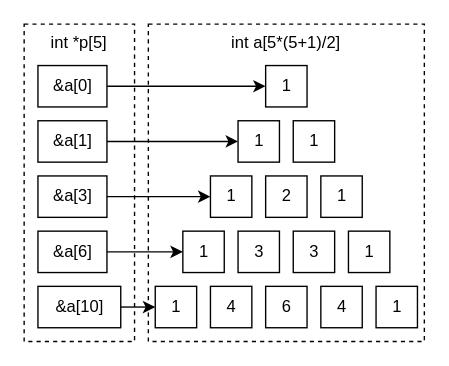
This is images/c-pointer-yanghui.drawio from cs-course/marp-public, a draw.io file, before an edit. Source tidied: cells renumbered, new cells numbered last; positions are measured from the earlier drawing's top-left corner, leaving out a move shared by most shapes. Both pictures are drawn from the tidied source at 138%, with x=0, y=0 at pixel (23, 23).
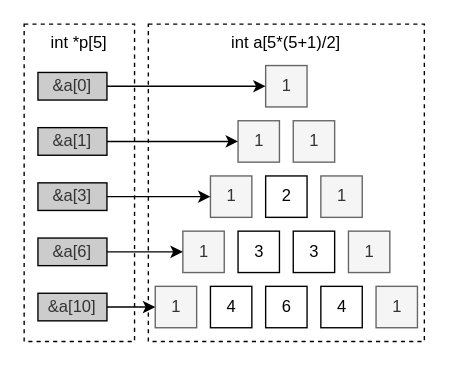
After the change.

The edit, as a diff of the source:
```diff
@@
+    <mxCell id="28" value="int a[5*(5+1)/2]" style="rounded=0;whiteSpace=wrap;html=1;strokeColor=default;fillColor=none;dashed=1;verticalAlign=top;" parent="1" vertex="1">
+      <mxGeometry x="90" width="200" height="230" as="geometry" />
+    </mxCell>
+    <mxCell id="27" value="int *p[5]" style="rounded=0;whiteSpace=wrap;html=1;strokeColor=default;fillColor=none;dashed=1;verticalAlign=top;" parent="1" vertex="1">
+      <mxGeometry width="80" height="230" as="geometry" />
+    </mxCell>
-    <mxCell id="2" value="1" style="text;html=1;align=center;verticalAlign=middle;points=[];strokeColor=default;fillColor=none;" parent="1" vertex="1">
+    <mxCell id="2" value="1" style="text;html=1;align=center;verticalAlign=middle;points=[];strokeColor=#666666;fillColor=#f5f5f5;fontColor=#333333;" parent="1" vertex="1">
       <mxGeometry x="175" y="30" width="30" height="30" as="geometry" />
     </mxCell>
-    <mxCell id="3" value="1" style="text;html=1;align=center;verticalAlign=middle;points=[];strokeColor=default;fillColor=none;" parent="1" vertex="1">
+    <mxCell id="3" value="1" style="text;html=1;align=center;verticalAlign=middle;points=[];strokeColor=#666666;fillColor=#f5f5f5;fontColor=#333333;" parent="1" vertex="1">
       <mxGeometry x="155" y="70" width="30" height="30" as="geometry" />
     </mxCell>
-    <mxCell id="4" value="1" style="text;html=1;align=center;verticalAlign=middle;strokeColor=default;fillColor=none;" parent="1" vertex="1">
+    <mxCell id="4" value="1" style="text;html=1;align=center;verticalAlign=middle;strokeColor=#666666;fillColor=#f5f5f5;fontColor=#333333;" parent="1" vertex="1">
       <mxGeometry x="195" y="70" width="30" height="30" as="geometry" />
     </mxCell>
-    <mxCell id="5" value="1" style="text;html=1;align=center;verticalAlign=middle;points=[];strokeColor=default;fillColor=none;" parent="1" vertex="1">
+    <mxCell id="5" value="1" style="text;html=1;align=center;verticalAlign=middle;points=[];strokeColor=#666666;fillColor=#f5f5f5;fontColor=#333333;" parent="1" vertex="1">
       <mxGeometry x="135" y="110" width="30" height="30" as="geometry" />
     </mxCell>
@@
-    <mxCell id="7" value="1" style="text;html=1;align=center;verticalAlign=middle;strokeColor=default;fillColor=none;" parent="1" vertex="1">
+    <mxCell id="7" value="1" style="text;html=1;align=center;verticalAlign=middle;strokeColor=#666666;fillColor=#f5f5f5;fontColor=#333333;" parent="1" vertex="1">
       <mxGeometry x="215" y="110" width="30" height="30" as="geometry" />
     </mxCell>
-    <mxCell id="8" value="1" style="text;html=1;align=center;verticalAlign=middle;points=[];strokeColor=default;fillColor=none;" parent="1" vertex="1">
+    <mxCell id="8" value="1" style="text;html=1;align=center;verticalAlign=middle;points=[];strokeColor=#666666;fillColor=#f5f5f5;fontColor=#333333;" parent="1" vertex="1">
       <mxGeometry x="115" y="150" width="30" height="30" as="geometry" />
     </mxCell>
@@
-    <mxCell id="11" value="1" style="text;html=1;align=center;verticalAlign=middle;strokeColor=default;fillColor=none;" parent="1" vertex="1">
+    <mxCell id="11" value="1" style="text;html=1;align=center;verticalAlign=middle;strokeColor=#666666;fillColor=#f5f5f5;fontColor=#333333;" parent="1" vertex="1">
       <mxGeometry x="235" y="150" width="30" height="30" as="geometry" />
     </mxCell>
-    <mxCell id="12" value="1" style="text;html=1;align=center;verticalAlign=middle;points=[];strokeColor=default;fillColor=none;" parent="1" vertex="1">
+    <mxCell id="12" value="1" style="text;html=1;align=center;verticalAlign=middle;points=[];strokeColor=#666666;fillColor=#f5f5f5;fontColor=#333333;" parent="1" vertex="1">
       <mxGeometry x="95" y="190" width="30" height="30" as="geometry" />
     </mxCell>
@@
-    <mxCell id="16" value="1" style="text;html=1;align=center;verticalAlign=middle;strokeColor=default;fillColor=none;" parent="1" vertex="1">
+    <mxCell id="16" value="1" style="text;html=1;align=center;verticalAlign=middle;strokeColor=#666666;fillColor=#f5f5f5;fontColor=#333333;" parent="1" vertex="1">
       <mxGeometry x="255" y="190" width="30" height="30" as="geometry" />
     </mxCell>
@@
+    <mxCell id="19" style="edgeStyle=none;html=1;" parent="1" edge="1" source="20" target="8">
+      <mxGeometry relative="1" as="geometry" />
+    </mxCell>
+    <mxCell id="21" style="edgeStyle=none;html=1;" parent="1" edge="1" source="22" target="5">
+      <mxGeometry relative="1" as="geometry" />
+    </mxCell>
+    <mxCell id="23" style="edgeStyle=none;html=1;" parent="1" edge="1" source="24" target="3">
+      <mxGeometry relative="1" as="geometry" />
+    </mxCell>
+    <mxCell id="25" style="edgeStyle=none;html=1;" parent="1" edge="1" source="26" target="2">
+      <mxGeometry relative="1" as="geometry" />
+    </mxCell>
-    <mxCell id="18" value="&amp;amp;a[10]" style="text;align=center;verticalAlign=middle;points=[];strokeColor=default;fillColor=none;html=1;" parent="1" vertex="1">
-      <mxGeometry x="10" y="190" width="60" height="30" as="geometry" />
+    <mxCell id="18" value="&lt;span style=&quot;color: rgb(51, 51, 51);&quot;&gt;&amp;amp;a[10]&lt;/span&gt;" style="rounded=0;whiteSpace=wrap;html=1;fillColor=#CCCCCC;" parent="1" vertex="1">
+      <mxGeometry x="10" y="195" width="50" height="20" as="geometry" />
     </mxCell>
-    <mxCell id="19" style="edgeStyle=none;html=1;" parent="1" edge="1" source="20" target="8">
-      <mxGeometry relative="1" as="geometry" />
-    </mxCell>
-    <mxCell id="20" value="&amp;amp;a[6]" style="text;html=1;align=center;verticalAlign=middle;points=[];strokeColor=default;fillColor=none;" parent="1" vertex="1">
-      <mxGeometry x="10" y="150" width="50" height="30" as="geometry" />
+    <mxCell id="20" value="&lt;span style=&quot;color: rgb(51, 51, 51);&quot;&gt;&amp;amp;a[6]&lt;/span&gt;" style="rounded=0;whiteSpace=wrap;html=1;fillColor=#CCCCCC;" parent="1" vertex="1">
+      <mxGeometry x="10" y="155" width="50" height="20" as="geometry" />
     </mxCell>
-    <mxCell id="21" style="edgeStyle=none;html=1;" parent="1" edge="1" source="22" target="5">
-      <mxGeometry relative="1" as="geometry" />
-    </mxCell>
-    <mxCell id="22" value="&amp;amp;a[3]" style="text;html=1;align=center;verticalAlign=middle;points=[];strokeColor=default;fillColor=none;" parent="1" vertex="1">
-      <mxGeometry x="10" y="110" width="50" height="30" as="geometry" />
+    <mxCell id="22" value="&lt;span style=&quot;color: rgb(51, 51, 51);&quot;&gt;&amp;amp;a[3]&lt;/span&gt;" style="rounded=0;whiteSpace=wrap;html=1;fillColor=#CCCCCC;" parent="1" vertex="1">
+      <mxGeometry x="10" y="115" width="50" height="20" as="geometry" />
     </mxCell>
-    <mxCell id="23" style="edgeStyle=none;html=1;" parent="1" edge="1" source="24" target="3">
-      <mxGeometry relative="1" as="geometry" />
-    </mxCell>
-    <mxCell id="24" value="&amp;amp;a[1]" style="text;html=1;align=center;verticalAlign=middle;points=[];strokeColor=default;fillColor=none;" parent="1" vertex="1">
-      <mxGeometry x="10" y="70" width="50" height="30" as="geometry" />
+    <mxCell id="24" value="&lt;span style=&quot;color: rgb(51, 51, 51);&quot;&gt;&amp;amp;a[1]&lt;/span&gt;" style="rounded=0;whiteSpace=wrap;html=1;fillColor=#CCCCCC;" parent="1" vertex="1">
+      <mxGeometry x="10" y="75" width="50" height="20" as="geometry" />
     </mxCell>
-    <mxCell id="25" style="edgeStyle=none;html=1;" parent="1" edge="1" source="26" target="2">
-      <mxGeometry relative="1" as="geometry" />
-    </mxCell>
-    <mxCell id="26" value="&amp;amp;a[0]" style="text;html=1;align=center;verticalAlign=middle;points=[];strokeColor=default;fillColor=none;" parent="1" vertex="1">
-      <mxGeometry x="10" y="30" width="50" height="30" as="geometry" />
+    <mxCell id="26" value="&lt;span style=&quot;color: rgb(51, 51, 51);&quot;&gt;&amp;amp;a[0]&lt;/span&gt;" style="rounded=0;whiteSpace=wrap;html=1;fillColor=#CCCCCC;" parent="1" vertex="1">
+      <mxGeometry x="10" y="35" width="50" height="20" as="geometry" />
     </mxCell>
-    <mxCell id="27" value="int *p[5]" style="rounded=0;whiteSpace=wrap;html=1;strokeColor=default;fillColor=none;dashed=1;verticalAlign=top;" parent="1" vertex="1">
-      <mxGeometry width="80" height="230" as="geometry" />
-    </mxCell>
-    <mxCell id="28" value="int a[5*(5+1)/2]" style="rounded=0;whiteSpace=wrap;html=1;strokeColor=default;fillColor=none;dashed=1;verticalAlign=top;" parent="1" vertex="1">
-      <mxGeometry x="90" width="200" height="230" as="geometry" />
-    </mxCell>
```
